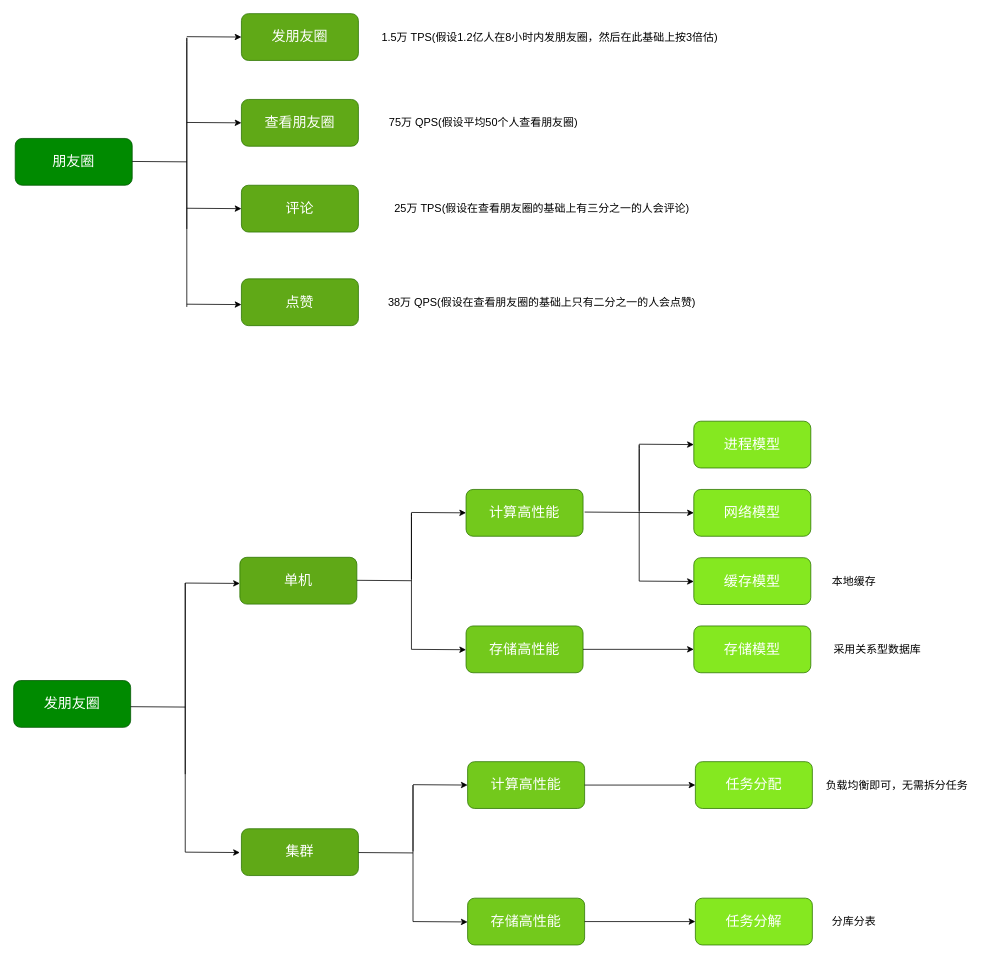
Above: architect-camp/module2/Untitled Diagram.drawio in martintree/geektime-homework (draw.io), before the change. Source tidied: cells renumbered, new cells numbered last; positions are measured from the earlier drawing's top-left corner, leaving out a move shared by most shapes. Both pictures are drawn from the tidied source at 78%, with x=0, y=0 at pixel (13, 13).
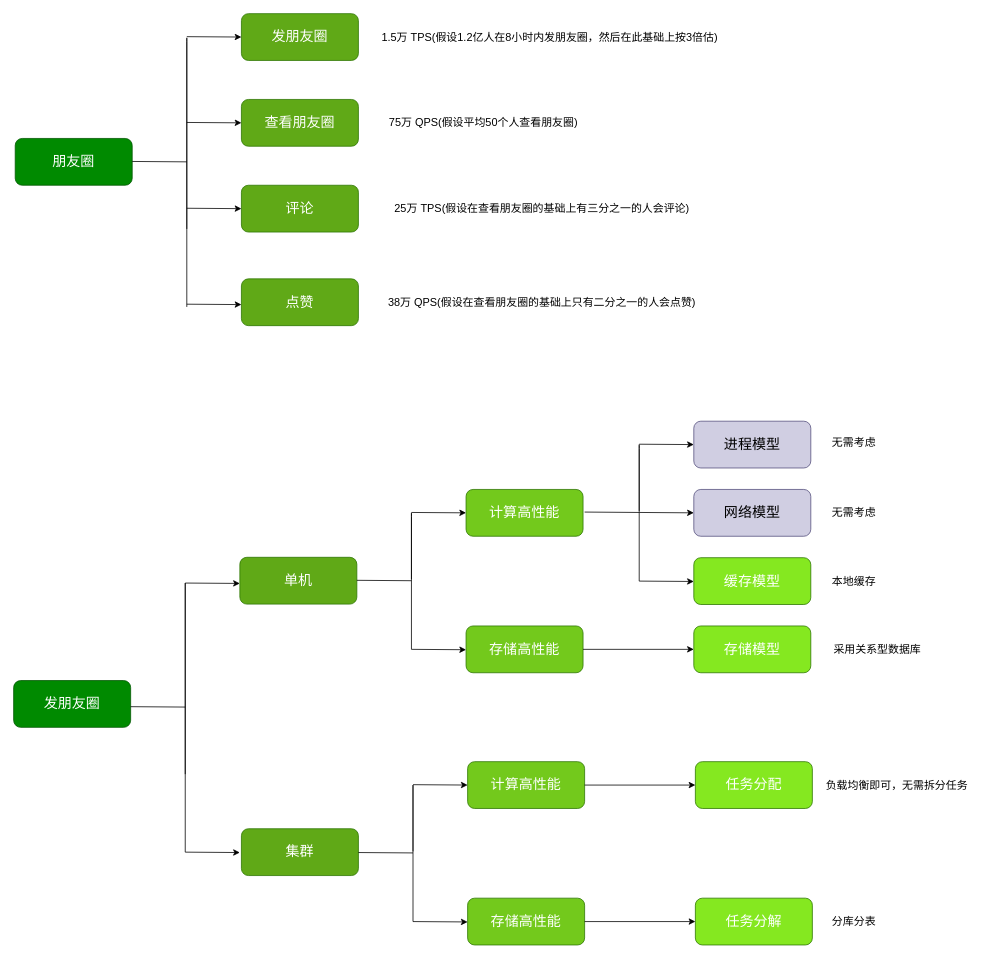
The same diagram, later.

Diff of the diagram source:
```diff
@@
-    <mxCell id="36" value="&lt;font style=&quot;font-size: 18px&quot;&gt;进程模型&lt;/font&gt;" style="rounded=1;whiteSpace=wrap;html=1;fontColor=#ffffff;strokeColor=#2D7600;fillColor=#85E820;" parent="1" vertex="1">
+    <mxCell id="36" value="&lt;font style=&quot;font-size: 18px&quot;&gt;进程模型&lt;/font&gt;" style="rounded=1;whiteSpace=wrap;html=1;strokeColor=#56517e;fillColor=#d0cee2;" parent="1" vertex="1">
       <mxGeometry x="872" y="522.5" width="150" height="60" as="geometry" />
     </mxCell>
@@
-    <mxCell id="42" value="&lt;span style=&quot;font-size: 18px&quot;&gt;网络模型&lt;/span&gt;" style="rounded=1;whiteSpace=wrap;html=1;fontColor=#ffffff;strokeColor=#2D7600;fillColor=#85E820;" parent="1" vertex="1">
+    <mxCell id="42" value="&lt;span style=&quot;font-size: 18px&quot;&gt;网络模型&lt;/span&gt;" style="rounded=1;whiteSpace=wrap;html=1;strokeColor=#56517e;fillColor=#d0cee2;" parent="1" vertex="1">
       <mxGeometry x="872" y="610" width="150" height="60" as="geometry" />
     </mxCell>
@@
+    <mxCell id="54" value="&lt;span style=&quot;font-size: 14px&quot;&gt;无需考虑&lt;/span&gt;" style="text;html=1;align=center;verticalAlign=middle;fillColor=none;strokeColor=none;rounded=0;" parent="1" vertex="1">
+      <mxGeometry x="1042" y="540" width="70" height="20" as="geometry" />
+    </mxCell>
+    <mxCell id="55" value="&lt;font style=&quot;font-size: 14px&quot;&gt;无需考虑&lt;/font&gt;" style="text;html=1;align=center;verticalAlign=middle;fillColor=none;strokeColor=none;rounded=0;" parent="1" vertex="1">
+      <mxGeometry x="1042" y="630" width="70" height="20" as="geometry" />
+    </mxCell>
```
